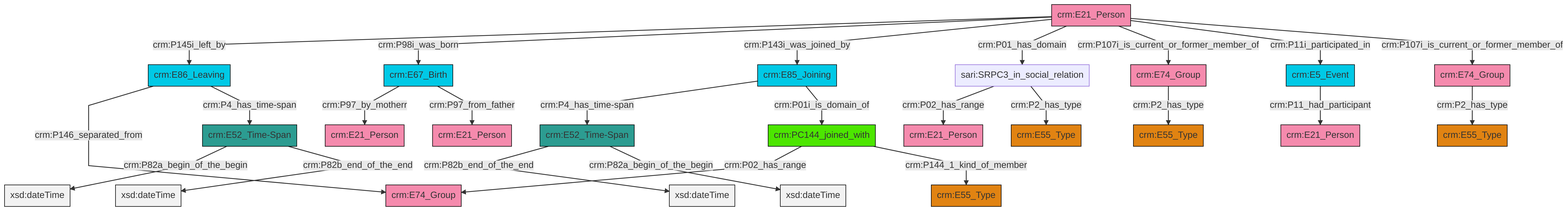
This is et/personCSV/ttl/mmd/png/Person_Actor_Relations.png from swiss-art-research-net/reference-data-models, a Mermaid export, as it was before one commit. Its source is kept beside it as et/personCSV/ttl/mmd/Person_Actor_Relations.ttl.mmd.
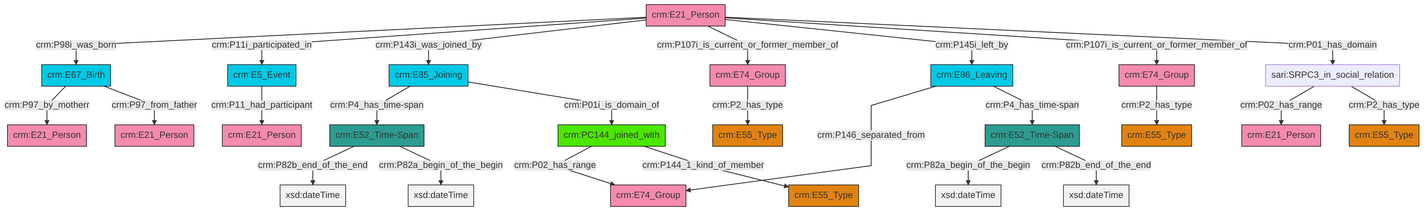
Later version of the same file.

The edit, as a diff of the source:
```diff
@@ -13,27 +13,27 @@
 classDef PC_Classes fill:#4ce600, stroke:#000000;
 classDef Multi fill:#cccccc,stroke:#000000;
 
-0["crm:E21_Person"]:::Actor -->|crm:P145i_left_by| 1["crm:E86_Leaving"]:::Temporal_Entity
-0["crm:E21_Person"]:::Actor -->|crm:P98i_was_born| 2["crm:E67_Birth"]:::Temporal_Entity
-0["crm:E21_Person"]:::Actor -->|crm:P143i_was_joined_by| 8["crm:E85_Joining"]:::Temporal_Entity
-2["crm:E67_Birth"]:::Temporal_Entity -->|crm:P97_by_motherr| 9["crm:E21_Person"]:::Actor
-10["sari:SRPC3_in_social_relation"]:::Default -->|crm:P02_has_range| 6["crm:E21_Person"]:::Actor
-1["crm:E86_Leaving"]:::Temporal_Entity -->|crm:P146_separated_from| 11["crm:E74_Group"]:::Actor
-0["crm:E21_Person"]:::Actor -->|crm:P01_has_domain| 10["sari:SRPC3_in_social_relation"]:::Default
-17["crm:PC144_joined_with"]:::PC_Classes -->|crm:P02_has_range| 11["crm:E74_Group"]:::Actor
-8["crm:E85_Joining"]:::Temporal_Entity -->|crm:P4_has_time-span| 22["crm:E52_Time-Span"]:::Time-Span
-2["crm:E67_Birth"]:::Temporal_Entity -->|crm:P97_from_father| 25["crm:E21_Person"]:::Actor
-28["crm:E5_Event"]:::Temporal_Entity -->|crm:P11_had_participant| 29["crm:E21_Person"]:::Actor
-31["crm:E52_Time-Span"]:::Time-Span -->|crm:P82a_begin_of_the_begin| 32[xsd:dateTime]:::Literal
-0["crm:E21_Person"]:::Actor -->|crm:P107i_is_current_or_former_member_of| 19["crm:E74_Group"]:::Actor
-17["crm:PC144_joined_with"]:::PC_Classes -->|crm:P144_1_kind_of_member| 13["crm:E55_Type"]:::Type
-31["crm:E52_Time-Span"]:::Time-Span -->|crm:P82b_end_of_the_end| 35[xsd:dateTime]:::Literal
-15["crm:E74_Group"]:::Actor -->|crm:P2_has_type| 4["crm:E55_Type"]:::Type
-8["crm:E85_Joining"]:::Temporal_Entity -->|crm:P01i_is_domain_of| 17["crm:PC144_joined_with"]:::PC_Classes
-0["crm:E21_Person"]:::Actor -->|crm:P11i_participated_in| 28["crm:E5_Event"]:::Temporal_Entity
-1["crm:E86_Leaving"]:::Temporal_Entity -->|crm:P4_has_time-span| 31["crm:E52_Time-Span"]:::Time-Span
-22["crm:E52_Time-Span"]:::Time-Span -->|crm:P82b_end_of_the_end| 36[xsd:dateTime]:::Literal
-22["crm:E52_Time-Span"]:::Time-Span -->|crm:P82a_begin_of_the_begin| 39[xsd:dateTime]:::Literal
-0["crm:E21_Person"]:::Actor -->|crm:P107i_is_current_or_former_member_of| 15["crm:E74_Group"]:::Actor
-10["sari:SRPC3_in_social_relation"]:::Default -->|crm:P2_has_type| 37["crm:E55_Type"]:::Type
-19["crm:E74_Group"]:::Actor -->|crm:P2_has_type| 26["crm:E55_Type"]:::Type
+4["crm:E21_Person"]:::Actor -->|crm:P98i_was_born| 5["crm:E67_Birth"]:::Temporal_Entity
+8["crm:E86_Leaving"]:::Temporal_Entity -->|crm:P146_separated_from| 9["crm:E74_Group"]:::Actor
+12["crm:E52_Time-Span"]:::Time-Span -->|crm:P82a_begin_of_the_begin| 13[xsd:dateTime]:::Literal
+23["crm:PC144_joined_with"]:::PC_Classes -->|crm:P02_has_range| 9["crm:E74_Group"]:::Actor
+2["sari:SRPC3_in_social_relation"]:::Default -->|crm:P02_has_range| 28["crm:E21_Person"]:::Actor
+8["crm:E86_Leaving"]:::Temporal_Entity -->|crm:P4_has_time-span| 12["crm:E52_Time-Span"]:::Time-Span
+30["crm:E85_Joining"]:::Temporal_Entity -->|crm:P4_has_time-span| 33["crm:E52_Time-Span"]:::Time-Span
+21["crm:E74_Group"]:::Actor -->|crm:P2_has_type| 0["crm:E55_Type"]:::Type
+33["crm:E52_Time-Span"]:::Time-Span -->|crm:P82b_end_of_the_end| 35[xsd:dateTime]:::Literal
+5["crm:E67_Birth"]:::Temporal_Entity -->|crm:P97_by_motherr| 24["crm:E21_Person"]:::Actor
+5["crm:E67_Birth"]:::Temporal_Entity -->|crm:P97_from_father| 37["crm:E21_Person"]:::Actor
+23["crm:PC144_joined_with"]:::PC_Classes -->|crm:P144_1_kind_of_member| 17["crm:E55_Type"]:::Type
+30["crm:E85_Joining"]:::Temporal_Entity -->|crm:P01i_is_domain_of| 23["crm:PC144_joined_with"]:::PC_Classes
+4["crm:E21_Person"]:::Actor -->|crm:P11i_participated_in| 10["crm:E5_Event"]:::Temporal_Entity
+4["crm:E21_Person"]:::Actor -->|crm:P143i_was_joined_by| 30["crm:E85_Joining"]:::Temporal_Entity
+4["crm:E21_Person"]:::Actor -->|crm:P107i_is_current_or_former_member_of| 21["crm:E74_Group"]:::Actor
+4["crm:E21_Person"]:::Actor -->|crm:P145i_left_by| 8["crm:E86_Leaving"]:::Temporal_Entity
+4["crm:E21_Person"]:::Actor -->|crm:P107i_is_current_or_former_member_of| 40["crm:E74_Group"]:::Actor
+4["crm:E21_Person"]:::Actor -->|crm:P01_has_domain| 2["sari:SRPC3_in_social_relation"]:::Default
+40["crm:E74_Group"]:::Actor -->|crm:P2_has_type| 19["crm:E55_Type"]:::Type
+33["crm:E52_Time-Span"]:::Time-Span -->|crm:P82a_begin_of_the_begin| 45[xsd:dateTime]:::Literal
+12["crm:E52_Time-Span"]:::Time-Span -->|crm:P82b_end_of_the_end| 46[xsd:dateTime]:::Literal
+10["crm:E5_Event"]:::Temporal_Entity -->|crm:P11_had_participant| 6["crm:E21_Person"]:::Actor
+2["sari:SRPC3_in_social_relation"]:::Default -->|crm:P2_has_type| 15["crm:E55_Type"]:::Type
```
